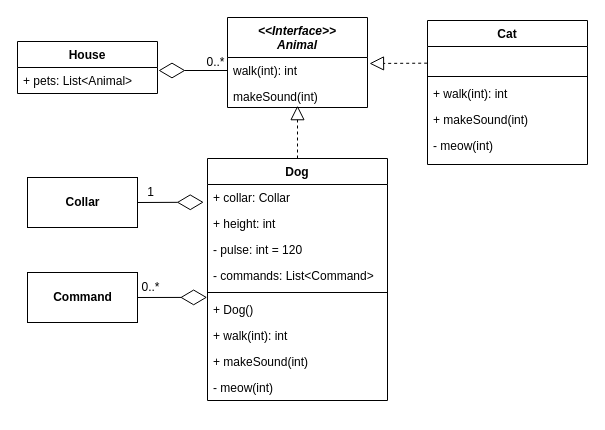
Above: diagrams/08-uml-example-animal.drawio in maxosprojects/se-scripting (draw.io), before the change. Source tidied: cells renumbered, new cells numbered last; positions are measured from the earlier drawing's top-left corner, leaving out a move shared by most shapes. Both pictures are drawn from the tidied source at 100%, with x=0, y=0 at pixel (17, 17).
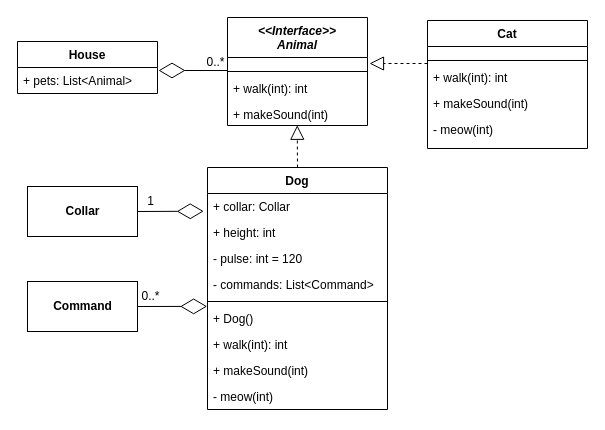
The same diagram, later.

The change refers to these unchanged cells:
```xml
<mxCell id="22" value="+ Dog()" style="text;strokeColor=none;fillColor=none;align=left;verticalAlign=top;spacingLeft=4;spacingRight=4;overflow=hidden;points=[[0,0.5],[1,0.5]];portConstraint=eastwest;" parent="16" vertex="1">
  <mxGeometry y="138" width="180" height="26" as="geometry" />
</mxCell>
```

Diff of the diagram source:
```diff
@@
     <mxCell id="4" value="&lt;&lt;Interface&gt;&gt;&#10;Animal" style="swimlane;fontStyle=3;horizontal=1;startSize=40;fillColor=none;" parent="1" vertex="1">
-      <mxGeometry x="210" width="140" height="90" as="geometry" />
+      <mxGeometry x="210" width="140" height="108" as="geometry" />
     </mxCell>
+    <mxCell id="33" value=" " style="text;strokeColor=none;fillColor=none;align=left;verticalAlign=top;spacingLeft=4;spacingRight=4;overflow=hidden;fontSize=12;" parent="4" vertex="1">
+      <mxGeometry y="40" width="140" height="10" as="geometry" />
+    </mxCell>
+    <mxCell id="34" style="line;strokeWidth=1;fillColor=none;align=left;verticalAlign=middle;spacingTop=-1;spacingLeft=3;spacingRight=3;labelPosition=right;points=[];portConstraint=eastwest;" parent="4" vertex="1">
+      <mxGeometry y="50" width="140" height="8" as="geometry" />
+    </mxCell>
-    <mxCell id="5" value="walk(int): int" style="text;strokeColor=none;fillColor=none;align=left;verticalAlign=top;spacingLeft=4;spacingRight=4;overflow=hidden;points=[[0,0.5],[1,0.5]];portConstraint=eastwest;" parent="4" vertex="1">
-      <mxGeometry y="40" width="140" height="26" as="geometry" />
+    <mxCell id="5" value="+ walk(int): int" style="text;strokeColor=none;fillColor=none;align=left;verticalAlign=top;spacingLeft=4;spacingRight=4;overflow=hidden;points=[[0,0.5],[1,0.5]];portConstraint=eastwest;" parent="4" vertex="1">
+      <mxGeometry y="58" width="140" height="26" as="geometry" />
     </mxCell>
-    <mxCell id="6" value="makeSound(int)" style="text;strokeColor=none;fillColor=none;align=left;verticalAlign=top;spacingLeft=4;spacingRight=4;overflow=hidden;points=[[0,0.5],[1,0.5]];portConstraint=eastwest;" parent="4" vertex="1">
-      <mxGeometry y="66" width="140" height="24" as="geometry" />
+    <mxCell id="6" value="+ makeSound(int)" style="text;strokeColor=none;fillColor=none;align=left;verticalAlign=top;spacingLeft=4;spacingRight=4;overflow=hidden;points=[[0,0.5],[1,0.5]];portConstraint=eastwest;" parent="4" vertex="1">
+      <mxGeometry y="84" width="140" height="24" as="geometry" />
     </mxCell>
-    <mxCell id="7" style="endArrow=diamondThin;endFill=0;endSize=24;html=1;exitX=0;exitY=0.5;exitDx=0;exitDy=0;rounded=1;" parent="1" edge="1" source="5">
+    <mxCell id="7" style="endArrow=diamondThin;endFill=0;endSize=24;html=1;exitX=0;exitY=0.375;exitDx=0;exitDy=0;rounded=1;exitPerimeter=0;" parent="1" edge="1" source="34">
       <mxGeometry relative="1" as="geometry">
         <mxPoint x="141" y="53" as="targetPoint" />
       </mxGeometry>
     </mxCell>
@@
     <mxCell id="9" value="Cat" style="swimlane;fontStyle=1;align=center;verticalAlign=top;horizontal=1;startSize=26;labelBackgroundColor=none;fillColor=none;" parent="1" vertex="1">
-      <mxGeometry x="410" y="3" width="160" height="144" as="geometry" />
+      <mxGeometry x="410" y="3" width="160" height="128" as="geometry" />
     </mxCell>
     <mxCell id="10" value=" " style="text;strokeColor=none;fillColor=none;align=left;verticalAlign=top;spacingLeft=4;spacingRight=4;overflow=hidden;points=[[0,0.5],[1,0.5]];portConstraint=eastwest;" parent="9" vertex="1">
-      <mxGeometry y="26" width="160" height="26" as="geometry" />
+      <mxGeometry y="26" width="160" height="10" as="geometry" />
     </mxCell>
     <mxCell id="11" style="line;strokeWidth=1;fillColor=none;align=left;verticalAlign=middle;spacingTop=-1;spacingLeft=3;spacingRight=3;labelPosition=right;" parent="9" vertex="1">
-      <mxGeometry y="52" width="160" height="8" as="geometry" />
+      <mxGeometry y="36" width="160" height="8" as="geometry" />
     </mxCell>
     <mxCell id="12" value="+ walk(int): int" style="text;strokeColor=none;fillColor=none;align=left;verticalAlign=top;spacingLeft=4;spacingRight=4;overflow=hidden;" parent="9" vertex="1">
-      <mxGeometry y="60" width="160" height="26" as="geometry" />
+      <mxGeometry y="44" width="160" height="26" as="geometry" />
     </mxCell>
     <mxCell id="13" value="+ makeSound(int)" style="text;strokeColor=none;fillColor=none;align=left;verticalAlign=top;spacingLeft=4;spacingRight=4;overflow=hidden;" parent="9" vertex="1">
-      <mxGeometry y="86" width="160" height="26" as="geometry" />
+      <mxGeometry y="70" width="160" height="26" as="geometry" />
     </mxCell>
     <mxCell id="14" value="- meow(int)" style="text;strokeColor=none;fillColor=none;align=left;verticalAlign=top;spacingLeft=4;spacingRight=4;overflow=hidden;" parent="9" vertex="1">
-      <mxGeometry y="112" width="160" height="32" as="geometry" />
+      <mxGeometry y="96" width="160" height="32" as="geometry" />
     </mxCell>
-    <mxCell id="15" style="endArrow=block;dashed=1;endFill=0;endSize=12;html=1;exitX=-0.002;exitY=0.641;exitDx=0;exitDy=0;exitPerimeter=0;" parent="1" edge="1" source="10">
+    <mxCell id="15" style="endArrow=block;dashed=1;endFill=0;endSize=12;html=1;" parent="1" edge="1">
       <mxGeometry relative="1" as="geometry">
+        <mxPoint x="410" y="46" as="sourcePoint" />
         <mxPoint x="352" y="46" as="targetPoint" />
       </mxGeometry>
     </mxCell>
     <mxCell id="16" value="Dog" style="swimlane;fontStyle=1;align=center;verticalAlign=top;horizontal=1;startSize=26;labelBackgroundColor=none;fillColor=none;" parent="1" vertex="1">
-      <mxGeometry x="190" y="141" width="180" height="242" as="geometry" />
+      <mxGeometry x="190" y="150" width="180" height="242" as="geometry" />
     </mxCell>
@@
-    <mxCell id="26" style="endArrow=block;dashed=1;endFill=0;endSize=12;html=1;exitX=0.5;exitY=0;exitDx=0;exitDy=0;entryX=0.5;entryY=0.923;entryDx=0;entryDy=0;entryPerimeter=0;" parent="1" edge="1" source="16" target="6">
+    <mxCell id="26" style="endArrow=block;dashed=1;endFill=0;endSize=12;html=1;exitX=0.5;exitY=0;exitDx=0;exitDy=0;entryX=0.498;entryY=0.991;entryDx=0;entryDy=0;entryPerimeter=0;" parent="1" edge="1" source="16" target="6">
       <mxGeometry relative="1" as="geometry" />
     </mxCell>
     <mxCell id="27" value="&lt;b&gt;Collar&lt;/b&gt;" style="html=1;labelBackgroundColor=none;fillColor=none;" parent="1" vertex="1">
-      <mxGeometry x="10" y="160" width="110" height="50" as="geometry" />
+      <mxGeometry x="10" y="169" width="110" height="50" as="geometry" />
     </mxCell>
     <mxCell id="28" value="&lt;b&gt;Command&lt;/b&gt;" style="html=1;labelBackgroundColor=none;fillColor=none;" parent="1" vertex="1">
-      <mxGeometry x="10" y="255" width="110" height="50" as="geometry" />
+      <mxGeometry x="10" y="264" width="110" height="50" as="geometry" />
     </mxCell>
@@
     <mxCell id="31" style="endArrow=diamondThin;endFill=0;endSize=24;html=1;entryX=-0.002;entryY=0.034;entryDx=0;entryDy=0;rounded=1;entryPerimeter=0;" parent="1" edge="1" target="22">
       <mxGeometry relative="1" as="geometry">
-        <mxPoint x="120" y="280" as="sourcePoint" />
+        <mxPoint x="120" y="289" as="sourcePoint" />
       </mxGeometry>
     </mxCell>
```
